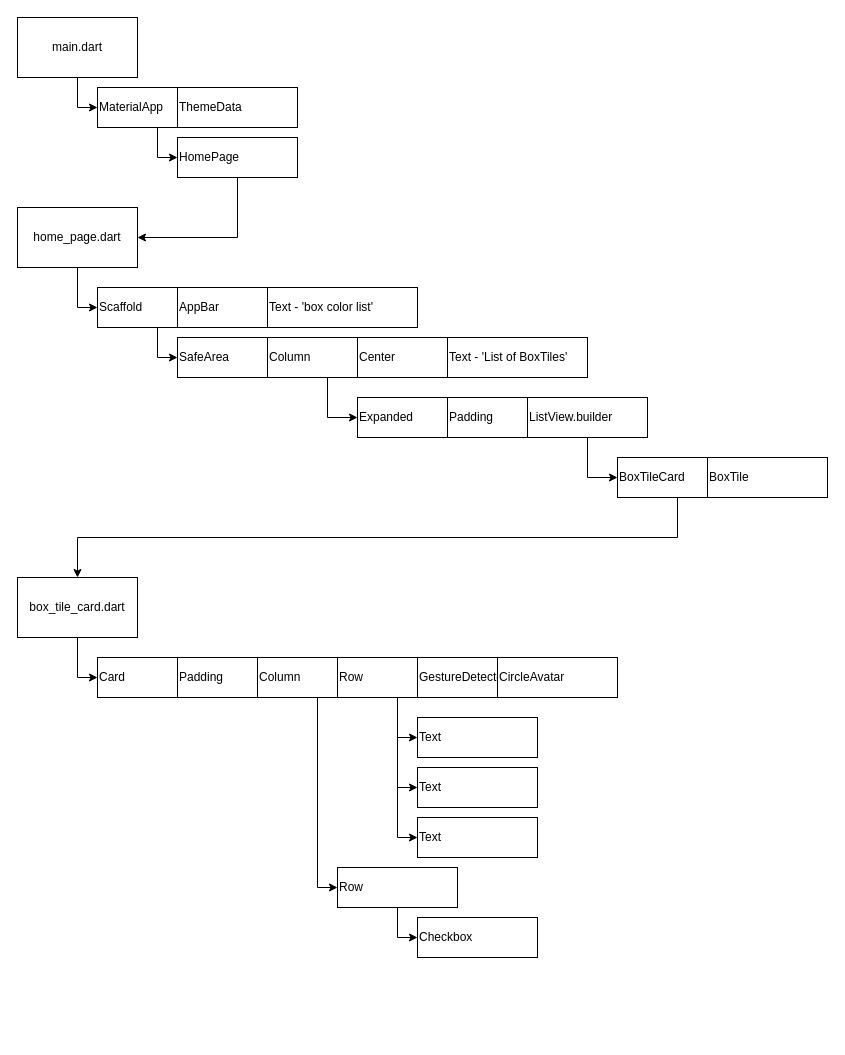
Before: Untitled Diagram.drawio in carlstep/box_color_list_2, a draw.io diagram. Source tidied: cells renumbered, new cells numbered last; positions are measured from the earlier drawing's top-left corner, leaving out a move shared by most shapes. Both pictures are drawn from the tidied source at 100%, with x=0, y=0 at pixel (17, 17).
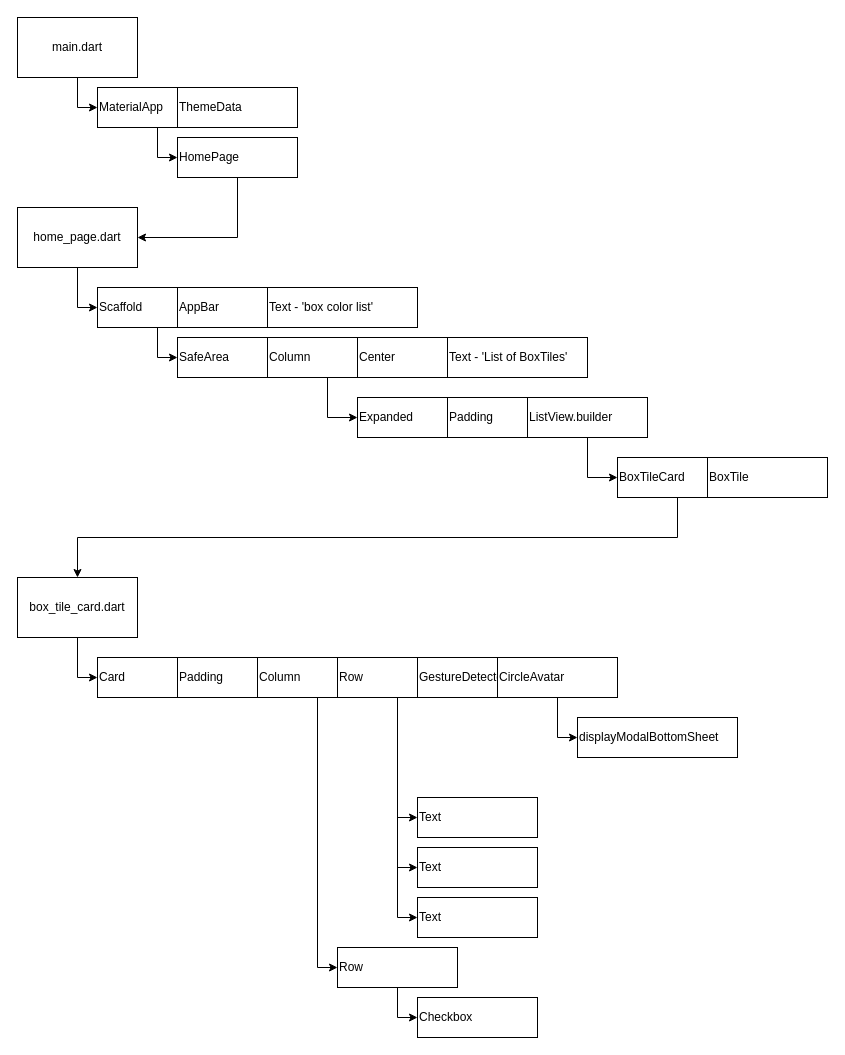
After the change.

Unchanged cells that the change refers to:
```xml
<mxCell id="38" value="CircleAvatar" style="rounded=0;whiteSpace=wrap;html=1;align=left;" parent="1" vertex="1">
  <mxGeometry x="480" y="640" width="120" height="40" as="geometry" />
</mxCell>
```

Diff of the diagram source:
```diff
@@
+    <mxCell id="45" style="edgeStyle=orthogonalEdgeStyle;rounded=0;jettySize=auto;html=1;entryX=0;entryY=0.5;entryDx=0;entryDy=0;" parent="1" edge="1" source="38" target="46">
+      <mxGeometry relative="1" as="geometry" />
+    </mxCell>
@@
     <mxCell id="39" value="Text" style="rounded=0;whiteSpace=wrap;html=1;align=left;" parent="1" vertex="1">
-      <mxGeometry x="400" y="700" width="120" height="40" as="geometry" />
+      <mxGeometry x="400" y="780" width="120" height="40" as="geometry" />
     </mxCell>
     <mxCell id="40" value="Text" style="rounded=0;whiteSpace=wrap;html=1;align=left;" parent="1" vertex="1">
-      <mxGeometry x="400" y="750" width="120" height="40" as="geometry" />
+      <mxGeometry x="400" y="830" width="120" height="40" as="geometry" />
     </mxCell>
     <mxCell id="41" value="Text" style="rounded=0;whiteSpace=wrap;html=1;align=left;" parent="1" vertex="1">
-      <mxGeometry x="400" y="800" width="120" height="40" as="geometry" />
+      <mxGeometry x="400" y="880" width="120" height="40" as="geometry" />
     </mxCell>
@@
     <mxCell id="43" value="Row" style="rounded=0;whiteSpace=wrap;html=1;align=left;" parent="1" vertex="1">
-      <mxGeometry x="320" y="850" width="120" height="40" as="geometry" />
+      <mxGeometry x="320" y="930" width="120" height="40" as="geometry" />
     </mxCell>
     <mxCell id="44" value="Checkbox" style="rounded=0;whiteSpace=wrap;html=1;align=left;" parent="1" vertex="1">
-      <mxGeometry x="400" y="900" width="120" height="40" as="geometry" />
+      <mxGeometry x="400" y="980" width="120" height="40" as="geometry" />
     </mxCell>
+    <mxCell id="46" value="displayModalBottomSheet" style="rounded=0;whiteSpace=wrap;html=1;align=left;" parent="1" vertex="1">
+      <mxGeometry x="560" y="700" width="160" height="40" as="geometry" />
+    </mxCell>
```
